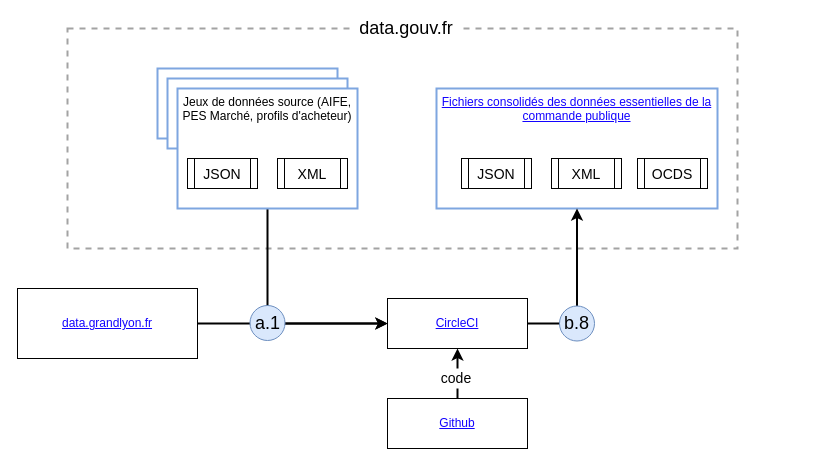
ColinMaudry/decp-docs keeps this draw.io diagram as decp-rama.drawio. Above is the earlier version. Source tidied: cells renumbered, new cells numbered last; positions are measured from the earlier drawing's top-left corner, leaving out a move shared by most shapes. Both pictures are drawn from the tidied source at 100%, with x=0, y=0 at pixel (17, 18).
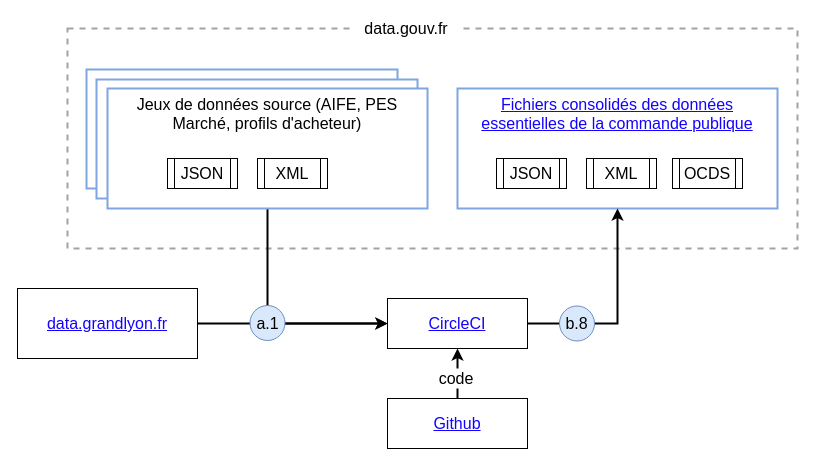
Above is the later version.

What changed in the source:
```diff
@@
-    <mxCell id="2" style="rounded=0;whiteSpace=wrap;html=1;strokeWidth=2;fontSize=18;strokeColor=#A3A3A3;dashed=1;fillColor=none;" parent="1" vertex="1">
-      <mxGeometry x="50" y="10" width="670" height="220" as="geometry" />
+    <mxCell id="2" style="rounded=0;whiteSpace=wrap;html=1;strokeWidth=2;fontSize=16;strokeColor=#A3A3A3;dashed=1;fillColor=none;" parent="1" vertex="1">
+      <mxGeometry x="50" y="10" width="730" height="220" as="geometry" />
     </mxCell>
-    <mxCell id="3" value="&lt;font color=&quot;#1303FF&quot;&gt;&lt;u&gt;Fichiers consolidés des données essentielles de la commande publique&lt;/u&gt;&lt;/font&gt;" style="rounded=0;whiteSpace=wrap;html=1;verticalAlign=top;strokeWidth=2;strokeColor=#7EA6E0;" parent="1" vertex="1">
-      <mxGeometry x="419" y="70" width="281" height="120" as="geometry" />
+    <mxCell id="3" value="&lt;font style=&quot;font-size: 16px;&quot; color=&quot;#1303FF&quot;&gt;&lt;u style=&quot;font-size: 16px;&quot;&gt;Fichiers consolidés des données essentielles de la commande publique&lt;/u&gt;&lt;/font&gt;" style="rounded=0;whiteSpace=wrap;html=1;verticalAlign=top;strokeWidth=2;strokeColor=#7EA6E0;fontSize=16;" parent="1" vertex="1">
+      <mxGeometry x="440" y="70" width="320" height="120" as="geometry" />
     </mxCell>
-    <mxCell id="4" style="edgeStyle=orthogonalEdgeStyle;rounded=0;jettySize=auto;html=1;fontSize=18;entryX=0.5;entryY=1;entryDx=0;entryDy=0;exitX=1;exitY=0.5;exitDx=0;exitDy=0;strokeWidth=2;" parent="1" edge="1" source="5" target="3">
+    <mxCell id="4" style="edgeStyle=orthogonalEdgeStyle;rounded=0;jettySize=auto;html=1;fontSize=16;entryX=0.5;entryY=1;entryDx=0;entryDy=0;exitX=1;exitY=0.5;exitDx=0;exitDy=0;strokeWidth=2;" parent="1" edge="1" source="5" target="3">
       <mxGeometry relative="1" as="geometry" />
     </mxCell>
-    <mxCell id="5" value="&lt;div&gt;&lt;font color=&quot;#1303FF&quot;&gt;&lt;u&gt;CircleCI&lt;/u&gt;&lt;/font&gt;&lt;/div&gt;" style="rounded=0;whiteSpace=wrap;html=1;" parent="1" vertex="1">
+    <mxCell id="5" value="&lt;div style=&quot;font-size: 16px;&quot;&gt;&lt;font style=&quot;font-size: 16px;&quot; color=&quot;#1303FF&quot;&gt;&lt;u style=&quot;font-size: 16px;&quot;&gt;CircleCI&lt;/u&gt;&lt;/font&gt;&lt;/div&gt;" style="rounded=0;whiteSpace=wrap;html=1;fontSize=16;" parent="1" vertex="1">
       <mxGeometry x="370" y="280" width="140" height="50" as="geometry" />
     </mxCell>
-    <mxCell id="6" style="rounded=0;whiteSpace=wrap;html=1;strokeWidth=2;strokeColor=#7EA6E0;" parent="1" vertex="1">
-      <mxGeometry x="140" y="50" width="180" height="70" as="geometry" />
+    <mxCell id="6" style="rounded=0;whiteSpace=wrap;html=1;strokeWidth=2;strokeColor=#7EA6E0;fontSize=16;" parent="1" vertex="1">
+      <mxGeometry x="69" y="51" width="311" height="119" as="geometry" />
     </mxCell>
-    <mxCell id="7" style="rounded=0;whiteSpace=wrap;html=1;strokeWidth=2;strokeColor=#7EA6E0;" parent="1" vertex="1">
-      <mxGeometry x="150" y="60" width="180" height="70" as="geometry" />
+    <mxCell id="7" style="rounded=0;whiteSpace=wrap;html=1;strokeWidth=2;strokeColor=#7EA6E0;fontSize=16;" parent="1" vertex="1">
+      <mxGeometry x="79" y="61" width="321" height="119" as="geometry" />
     </mxCell>
-    <mxCell id="8" style="edgeStyle=orthogonalEdgeStyle;rounded=0;jettySize=auto;html=1;entryX=0;entryY=0.5;entryDx=0;entryDy=0;fontSize=18;exitX=0.5;exitY=1;exitDx=0;exitDy=0;strokeWidth=2;" parent="1" edge="1" source="9" target="5">
+    <mxCell id="8" style="edgeStyle=orthogonalEdgeStyle;rounded=0;jettySize=auto;html=1;entryX=0;entryY=0.5;entryDx=0;entryDy=0;fontSize=16;exitX=0.5;exitY=1;exitDx=0;exitDy=0;strokeWidth=2;" parent="1" edge="1" source="9" target="5">
       <mxGeometry relative="1" as="geometry">
         <Array as="points">
           <mxPoint x="250" y="305" />
         </Array>
       </mxGeometry>
     </mxCell>
-    <mxCell id="9" value="Jeux de données source (AIFE, PES Marché, profils d'acheteur)" style="rounded=0;whiteSpace=wrap;html=1;verticalAlign=top;strokeWidth=2;strokeColor=#7EA6E0;" parent="1" vertex="1">
-      <mxGeometry x="160" y="70" width="180" height="120" as="geometry" />
+    <mxCell id="9" value="Jeux de données source (AIFE, PES Marché, profils d'acheteur)" style="rounded=0;whiteSpace=wrap;html=1;verticalAlign=top;strokeWidth=2;strokeColor=#7EA6E0;fontSize=16;" parent="1" vertex="1">
+      <mxGeometry x="90" y="70" width="320" height="120" as="geometry" />
     </mxCell>
-    <mxCell id="10" value="&lt;font style=&quot;font-size: 14px&quot;&gt;JSON&lt;/font&gt;" style="shape=process;whiteSpace=wrap;html=1;backgroundOutline=1;fontSize=18;" parent="1" vertex="1">
-      <mxGeometry x="170" y="140" width="70" height="30" as="geometry" />
+    <mxCell id="10" value="&lt;font style=&quot;font-size: 16px;&quot;&gt;JSON&lt;/font&gt;" style="shape=process;whiteSpace=wrap;html=1;backgroundOutline=1;fontSize=16;" parent="1" vertex="1">
+      <mxGeometry x="150" y="140" width="70" height="30" as="geometry" />
     </mxCell>
-    <mxCell id="11" value="&lt;font style=&quot;font-size: 14px&quot;&gt;XML&lt;/font&gt;" style="shape=process;whiteSpace=wrap;html=1;backgroundOutline=1;fontSize=18;" parent="1" vertex="1">
-      <mxGeometry x="260" y="140" width="70" height="30" as="geometry" />
+    <mxCell id="11" value="&lt;font style=&quot;font-size: 16px;&quot;&gt;XML&lt;/font&gt;" style="shape=process;whiteSpace=wrap;html=1;backgroundOutline=1;fontSize=16;" parent="1" vertex="1">
+      <mxGeometry x="240" y="140" width="70" height="30" as="geometry" />
     </mxCell>
-    <mxCell id="12" value="&lt;font style=&quot;font-size: 14px&quot;&gt;JSON&lt;/font&gt;" style="shape=process;whiteSpace=wrap;html=1;backgroundOutline=1;fontSize=18;" parent="1" vertex="1">
-      <mxGeometry x="444" y="140" width="70" height="30" as="geometry" />
+    <mxCell id="12" value="&lt;font style=&quot;font-size: 16px;&quot;&gt;JSON&lt;/font&gt;" style="shape=process;whiteSpace=wrap;html=1;backgroundOutline=1;fontSize=16;" parent="1" vertex="1">
+      <mxGeometry x="479" y="140" width="70" height="30" as="geometry" />
     </mxCell>
-    <mxCell id="13" value="&lt;font style=&quot;font-size: 14px&quot;&gt;XML&lt;/font&gt;" style="shape=process;whiteSpace=wrap;html=1;backgroundOutline=1;fontSize=18;" parent="1" vertex="1">
-      <mxGeometry x="534" y="140" width="70" height="30" as="geometry" />
+    <mxCell id="13" value="&lt;font style=&quot;font-size: 16px;&quot;&gt;XML&lt;/font&gt;" style="shape=process;whiteSpace=wrap;html=1;backgroundOutline=1;fontSize=16;" parent="1" vertex="1">
+      <mxGeometry x="569" y="140" width="70" height="30" as="geometry" />
     </mxCell>
-    <mxCell id="14" value="&lt;font style=&quot;font-size: 14px&quot;&gt;OCDS&lt;/font&gt;" style="shape=process;whiteSpace=wrap;html=1;backgroundOutline=1;fontSize=18;" parent="1" vertex="1">
-      <mxGeometry x="620" y="140" width="70" height="30" as="geometry" />
+    <mxCell id="14" value="&lt;font style=&quot;font-size: 16px;&quot;&gt;OCDS&lt;/font&gt;" style="shape=process;whiteSpace=wrap;html=1;backgroundOutline=1;fontSize=16;" parent="1" vertex="1">
+      <mxGeometry x="655" y="140" width="70" height="30" as="geometry" />
     </mxCell>
-    <mxCell id="15" style="edgeStyle=orthogonalEdgeStyle;rounded=0;jettySize=auto;html=1;entryX=0;entryY=0.5;entryDx=0;entryDy=0;fontSize=18;strokeWidth=2;" parent="1" edge="1" source="16" target="5">
+    <mxCell id="15" style="edgeStyle=orthogonalEdgeStyle;rounded=0;jettySize=auto;html=1;entryX=0;entryY=0.5;entryDx=0;entryDy=0;fontSize=16;strokeWidth=2;" parent="1" edge="1" source="16" target="5">
       <mxGeometry relative="1" as="geometry" />
     </mxCell>
-    <mxCell id="16" value="&lt;font color=&quot;#1303FF&quot;&gt;&lt;u&gt;data.grandlyon.fr&lt;/u&gt;&lt;/font&gt;" style="rounded=0;whiteSpace=wrap;html=1;" parent="1" vertex="1">
+    <mxCell id="16" value="&lt;font style=&quot;font-size: 16px;&quot; color=&quot;#1303FF&quot;&gt;&lt;u style=&quot;font-size: 16px;&quot;&gt;data.grandlyon.fr&lt;/u&gt;&lt;/font&gt;" style="rounded=0;whiteSpace=wrap;html=1;fontSize=16;" parent="1" vertex="1">
       <mxGeometry y="270" width="180" height="70" as="geometry" />
     </mxCell>
-    <mxCell id="17" value="a.1" style="ellipse;whiteSpace=wrap;html=1;fontSize=18;fillColor=#dae8fc;strokeColor=#6c8ebf;" parent="1" vertex="1">
+    <mxCell id="17" value="a.1" style="ellipse;whiteSpace=wrap;html=1;fontSize=16;fillColor=#dae8fc;strokeColor=#6c8ebf;" parent="1" vertex="1">
       <mxGeometry x="232.5" y="287" width="35" height="35" as="geometry" />
     </mxCell>
-    <mxCell id="18" value="b.8" style="ellipse;whiteSpace=wrap;html=1;fontSize=18;fillColor=#dae8fc;strokeColor=#6c8ebf;" parent="1" vertex="1">
+    <mxCell id="18" value="b.8" style="ellipse;whiteSpace=wrap;html=1;fontSize=16;fillColor=#dae8fc;strokeColor=#6c8ebf;" parent="1" vertex="1">
       <mxGeometry x="542" y="287.5" width="35" height="35" as="geometry" />
     </mxCell>
-    <mxCell id="19" value="data.gouv.fr" style="text;html=1;strokeColor=none;align=center;verticalAlign=middle;whiteSpace=wrap;rounded=0;fontSize=18;fillColor=#ffffff;" parent="1" vertex="1">
+    <mxCell id="19" value="data.gouv.fr" style="text;html=1;strokeColor=none;align=center;verticalAlign=middle;whiteSpace=wrap;rounded=0;fontSize=16;fillColor=#ffffff;" parent="1" vertex="1">
       <mxGeometry x="334" width="110" height="20" as="geometry" />
     </mxCell>
-    <mxCell id="20" style="edgeStyle=orthogonalEdgeStyle;rounded=0;jettySize=auto;html=1;exitX=0.5;exitY=0;exitDx=0;exitDy=0;entryX=0.5;entryY=1;entryDx=0;entryDy=0;strokeWidth=2;fontSize=18;" parent="1" edge="1" source="21" target="5">
+    <mxCell id="20" style="edgeStyle=orthogonalEdgeStyle;rounded=0;jettySize=auto;html=1;exitX=0.5;exitY=0;exitDx=0;exitDy=0;entryX=0.5;entryY=1;entryDx=0;entryDy=0;strokeWidth=2;fontSize=16;" parent="1" edge="1" source="21" target="5">
       <mxGeometry relative="1" as="geometry" />
     </mxCell>
-    <mxCell id="21" value="&lt;font color=&quot;#1303FF&quot;&gt;&lt;u&gt;Github&lt;/u&gt;&lt;/font&gt;" style="rounded=0;whiteSpace=wrap;html=1;" parent="1" vertex="1">
+    <mxCell id="21" value="&lt;font style=&quot;font-size: 16px;&quot; color=&quot;#1303FF&quot;&gt;&lt;u style=&quot;font-size: 16px;&quot;&gt;Github&lt;/u&gt;&lt;/font&gt;" style="rounded=0;whiteSpace=wrap;html=1;fontSize=16;" parent="1" vertex="1">
       <mxGeometry x="370" y="380" width="140" height="50" as="geometry" />
     </mxCell>
-    <mxCell id="22" value="code" style="text;html=1;strokeColor=none;align=center;verticalAlign=middle;whiteSpace=wrap;rounded=0;dashed=1;fontSize=14;fillColor=#ffffff;" parent="1" vertex="1">
+    <mxCell id="22" value="code" style="text;html=1;strokeColor=none;align=center;verticalAlign=middle;whiteSpace=wrap;rounded=0;dashed=1;fontSize=16;fillColor=#ffffff;" parent="1" vertex="1">
       <mxGeometry x="419" y="350" width="40" height="20" as="geometry" />
     </mxCell>
```
